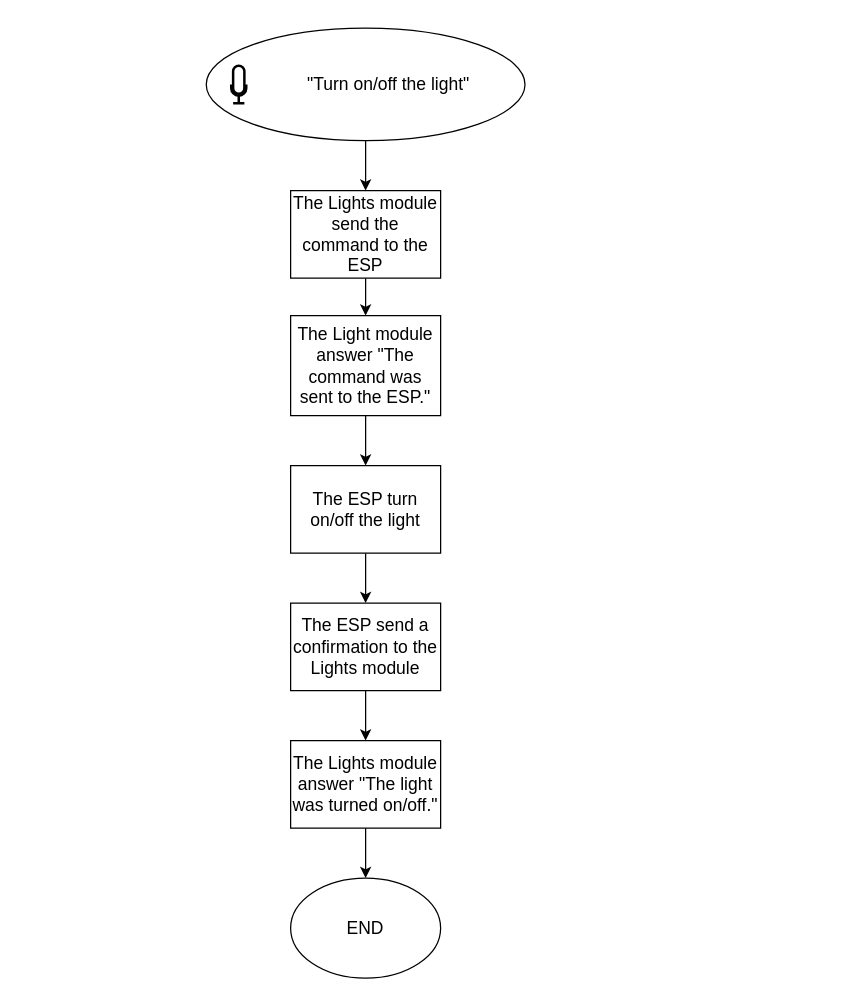
The draw.io diagram egs/voicehome/doc/thesis/img/turn_light_diagram.drawio in kitt10/iot, before the edit. Source tidied: cells renumbered, new cells numbered last; positions are measured from the earlier drawing's top-left corner, leaving out a move shared by most shapes. Both pictures are drawn from the tidied source at 125%, with x=0, y=0 at pixel (206, 28).
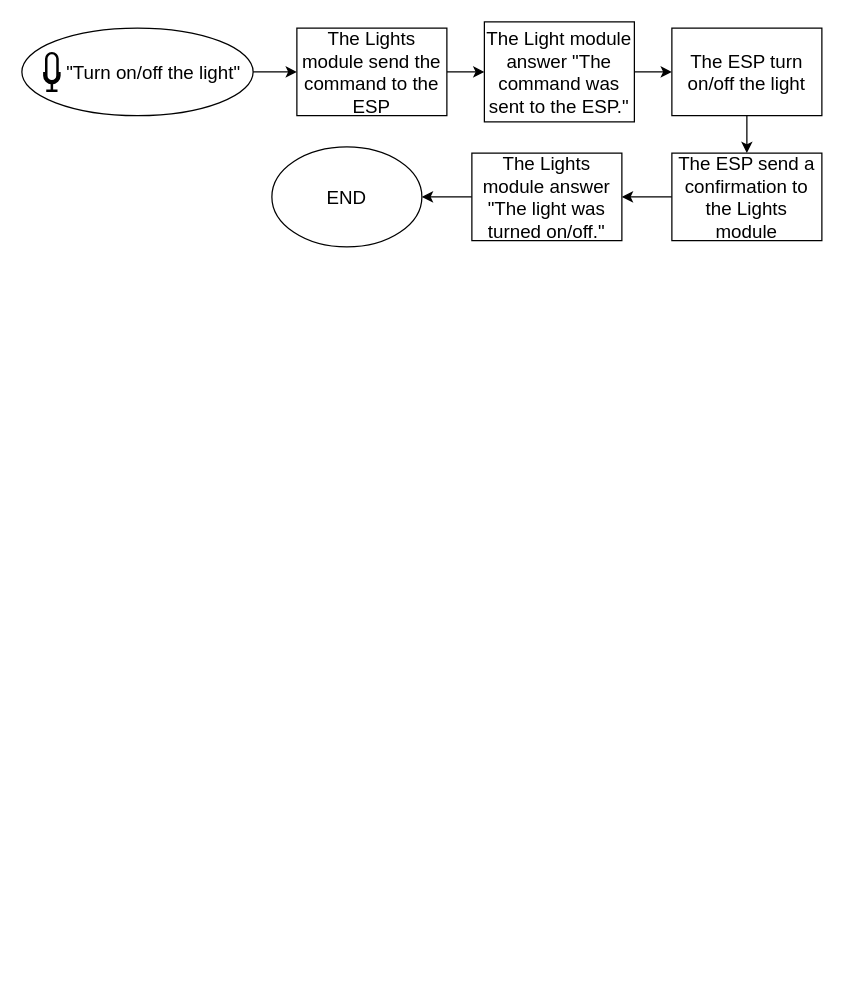
The same page after the edit.

Diff of the diagram source:
```diff
@@
 <mxGraphModel>
   <root>
     <mxCell id="0" />
     <mxCell id="1" parent="0" />
-    <mxCell id="2" style="edgeStyle=orthogonalEdgeStyle;rounded=0;jettySize=auto;html=1;fontSize=14;" parent="1" edge="1" source="3" target="7">
-      <mxGeometry relative="1" as="geometry" />
-    </mxCell>
-    <mxCell id="3" style="ellipse;whiteSpace=wrap;html=1;fontSize=14;" parent="1" vertex="1">
-      <mxGeometry x="-0.5" width="255" height="90" as="geometry" />
-    </mxCell>
-    <mxCell id="4" style="html=1;verticalLabelPosition=bottom;align=center;labelBackgroundColor=#ffffff;verticalAlign=top;strokeWidth=2;shadow=0;dashed=0;shape=mxgraph.ios7.icons.microphone;fontSize=14;" parent="1" vertex="1">
-      <mxGeometry x="19.5" y="30" width="12" height="30" as="geometry" />
-    </mxCell>
-    <mxCell id="5" value="&quot;Turn on/off the light&quot;" style="text;html=1;align=center;verticalAlign=middle;strokeColor=none;fontSize=14;" parent="1" vertex="1">
-      <mxGeometry x="69.5" y="35" width="150" height="20" as="geometry" />
-    </mxCell>
+    <mxCell id="17" style="edgeStyle=orthogonalEdgeStyle;rounded=0;jettySize=auto;html=1;fontSize=15;" parent="1" edge="1" source="20" target="7">
+      <mxGeometry relative="1" as="geometry" />
+    </mxCell>
-    <mxCell id="6" style="edgeStyle=orthogonalEdgeStyle;rounded=0;jettySize=auto;html=1;fontSize=14;" parent="1" edge="1" source="7" target="13">
+    <mxCell id="6" style="edgeStyle=orthogonalEdgeStyle;rounded=0;jettySize=auto;html=1;fontSize=15;" parent="1" edge="1" source="7" target="13">
       <mxGeometry relative="1" as="geometry" />
     </mxCell>
-    <mxCell id="7" value="The Lights module send the command to the ESP" style="rounded=0;whiteSpace=wrap;html=1;strokeColor=#000000;fontSize=14;" parent="1" vertex="1">
-      <mxGeometry x="67" y="130" width="120" height="70" as="geometry" />
+    <mxCell id="7" value="The Lights module send the command to the ESP" style="rounded=0;whiteSpace=wrap;html=1;strokeColor=#000000;fontSize=15;" parent="1" vertex="1">
+      <mxGeometry x="72" width="120" height="70" as="geometry" />
     </mxCell>
-    <mxCell id="8" style="edgeStyle=orthogonalEdgeStyle;rounded=0;jettySize=auto;html=1;fontSize=14;" parent="1" edge="1" source="9" target="11">
+    <mxCell id="8" style="edgeStyle=orthogonalEdgeStyle;rounded=0;jettySize=auto;html=1;fontSize=15;" parent="1" edge="1" source="9" target="11">
       <mxGeometry relative="1" as="geometry" />
     </mxCell>
-    <mxCell id="9" value="The ESP turn on/off the light" style="rounded=0;whiteSpace=wrap;html=1;strokeColor=#000000;fontSize=14;" parent="1" vertex="1">
-      <mxGeometry x="67" y="350" width="120" height="70" as="geometry" />
+    <mxCell id="9" value="The ESP turn on/off the light" style="rounded=0;whiteSpace=wrap;html=1;strokeColor=#000000;fontSize=15;" parent="1" vertex="1">
+      <mxGeometry x="372" width="120" height="70" as="geometry" />
     </mxCell>
-    <mxCell id="10" style="edgeStyle=orthogonalEdgeStyle;rounded=0;jettySize=auto;html=1;fontSize=14;" parent="1" edge="1" source="11">
-      <mxGeometry relative="1" as="geometry">
-        <mxPoint x="127" y="570" as="targetPoint" />
-      </mxGeometry>
-    </mxCell>
+    <mxCell id="18" style="edgeStyle=orthogonalEdgeStyle;rounded=0;jettySize=auto;html=1;fontSize=15;entryX=1;entryY=0.5;entryDx=0;entryDy=0;" parent="1" edge="1" source="11" target="15">
+      <mxGeometry relative="1" as="geometry" />
+    </mxCell>
-    <mxCell id="11" value="The ESP send a confirmation to the Lights module" style="rounded=0;whiteSpace=wrap;html=1;strokeColor=#000000;fontSize=14;" parent="1" vertex="1">
-      <mxGeometry x="67" y="460" width="120" height="70" as="geometry" />
+    <mxCell id="11" value="The ESP send a confirmation to the Lights module" style="rounded=0;whiteSpace=wrap;html=1;strokeColor=#000000;fontSize=15;" parent="1" vertex="1">
+      <mxGeometry x="372" y="100" width="120" height="70" as="geometry" />
     </mxCell>
-    <mxCell id="12" style="edgeStyle=orthogonalEdgeStyle;rounded=0;jettySize=auto;html=1;fontSize=14;" parent="1" edge="1" source="13" target="9">
+    <mxCell id="12" style="edgeStyle=orthogonalEdgeStyle;rounded=0;jettySize=auto;html=1;fontSize=15;" parent="1" edge="1" source="13" target="9">
       <mxGeometry relative="1" as="geometry" />
     </mxCell>
-    <mxCell id="13" value="The Light module answer &quot;The command was sent to the ESP.&quot;" style="rounded=0;whiteSpace=wrap;html=1;strokeColor=#000000;fontSize=14;" parent="1" vertex="1">
-      <mxGeometry x="67" y="230" width="120" height="80" as="geometry" />
+    <mxCell id="13" value="The Light module answer &quot;The command was sent to the ESP.&quot;" style="rounded=0;whiteSpace=wrap;html=1;strokeColor=#000000;fontSize=15;" parent="1" vertex="1">
+      <mxGeometry x="222" y="-5" width="120" height="80" as="geometry" />
     </mxCell>
-    <mxCell id="14" style="edgeStyle=orthogonalEdgeStyle;rounded=0;jettySize=auto;html=1;fontSize=14;" parent="1" edge="1" source="15" target="16">
+    <mxCell id="14" style="edgeStyle=orthogonalEdgeStyle;rounded=0;jettySize=auto;html=1;fontSize=15;" parent="1" edge="1" source="15" target="16">
       <mxGeometry relative="1" as="geometry" />
     </mxCell>
-    <mxCell id="15" value="The Lights module answer &quot;The light was turned on/off.&quot;" style="rounded=0;whiteSpace=wrap;html=1;strokeColor=#000000;fontSize=14;" parent="1" vertex="1">
-      <mxGeometry x="67" y="570" width="120" height="70" as="geometry" />
+    <mxCell id="15" value="The Lights module answer &quot;The light was turned on/off.&quot;" style="rounded=0;whiteSpace=wrap;html=1;strokeColor=#000000;fontSize=15;" parent="1" vertex="1">
+      <mxGeometry x="212" y="100" width="120" height="70" as="geometry" />
     </mxCell>
-    <mxCell id="16" value="END" style="ellipse;whiteSpace=wrap;html=1;strokeColor=#000000;fontSize=14;" parent="1" vertex="1">
-      <mxGeometry x="67" y="680" width="120" height="80" as="geometry" />
+    <mxCell id="16" value="END" style="ellipse;whiteSpace=wrap;html=1;strokeColor=#000000;fontSize=15;" parent="1" vertex="1">
+      <mxGeometry x="52" y="95" width="120" height="80" as="geometry" />
     </mxCell>
+    <mxCell id="19" style="group;" parent="1" vertex="1">
+      <mxGeometry x="-148" width="185" height="70" as="geometry" />
+    </mxCell>
+    <mxCell id="20" style="ellipse;whiteSpace=wrap;html=1;fontSize=15;" parent="19" vertex="1">
+      <mxGeometry width="185" height="70" as="geometry" />
+    </mxCell>
+    <mxCell id="21" style="html=1;verticalLabelPosition=bottom;align=center;labelBackgroundColor=#ffffff;verticalAlign=top;strokeWidth=2;shadow=0;dashed=0;shape=mxgraph.ios7.icons.microphone;fontSize=15;" parent="19" vertex="1">
+      <mxGeometry x="18" y="20" width="12" height="30" as="geometry" />
+    </mxCell>
+    <mxCell id="5" value="&quot;Turn on/off the light&quot;" style="text;html=1;align=center;verticalAlign=middle;strokeColor=none;fontSize=15;" parent="19" vertex="1">
+      <mxGeometry x="30" y="25" width="150" height="20" as="geometry" />
+    </mxCell>
   </root>
 </mxGraphModel>
```
